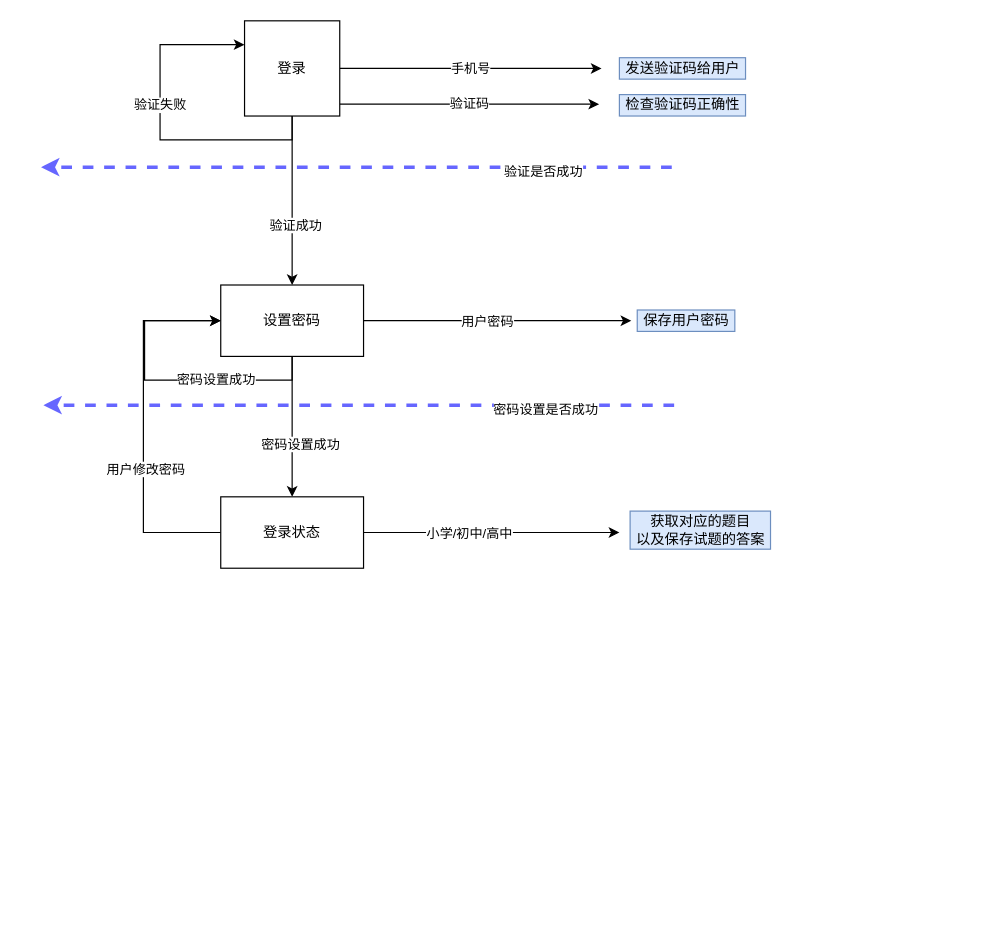
Before: 结对编程.drawio in bankarian/pics, a draw.io diagram. Source tidied: cells renumbered, new cells numbered last; positions are measured from the earlier drawing's top-left corner, leaving out a move shared by most shapes. Both pictures are drawn from the tidied source at 119%, with x=0, y=0 at pixel (40, 20).
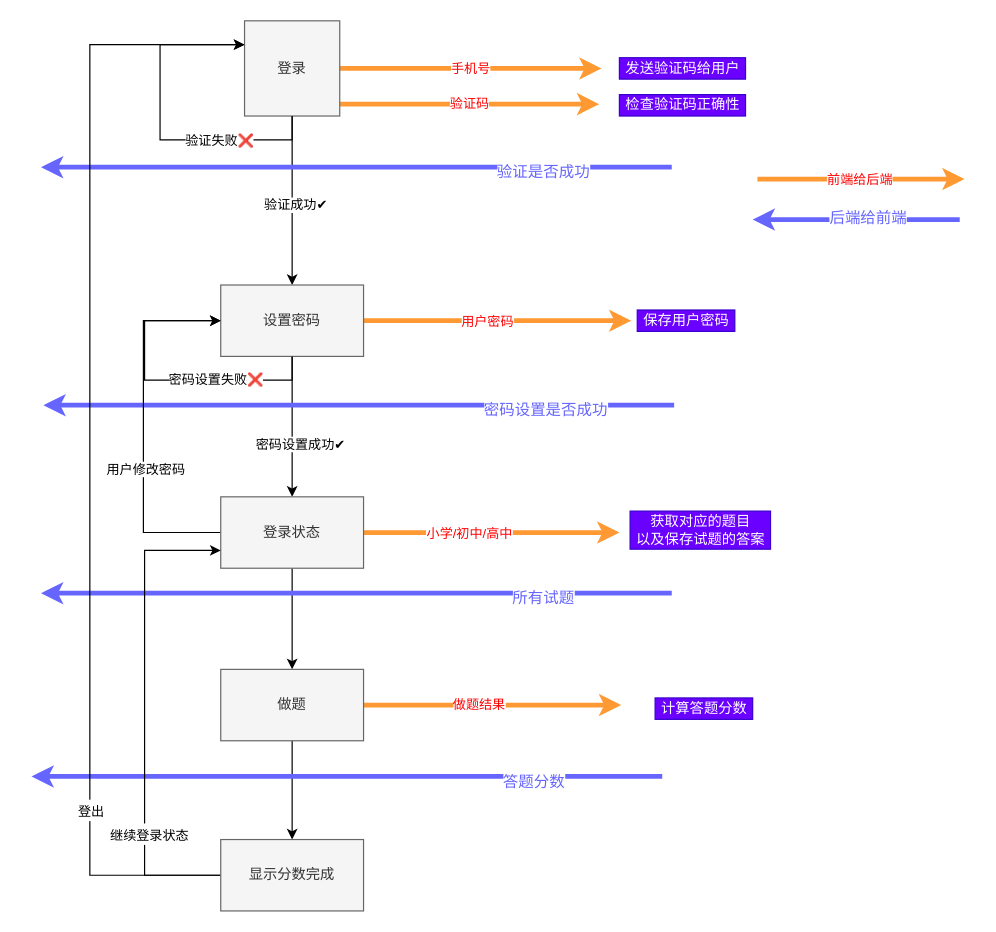
After the change.

Unchanged cells that the change refers to:
```xml
<mxCell id="2" style="edgeStyle=orthogonalEdgeStyle;rounded=0;jettySize=auto;html=1;entryX=0.5;entryY=0;entryDx=0;entryDy=0;" parent="1" edge="1" source="6" target="11">
  <mxGeometry relative="1" as="geometry" />
</mxCell>
<mxCell id="9" style="edgeStyle=orthogonalEdgeStyle;rounded=0;jettySize=auto;html=1;strokeColor=#000000;fillColor=#66B2FF;" parent="1" edge="1" source="11" target="26">
  <mxGeometry relative="1" as="geometry" />
</mxCell>
<mxCell id="16" style="edgeStyle=orthogonalEdgeStyle;rounded=0;orthogonalLoop=1;jettySize=auto;html=1;entryX=0;entryY=0.25;entryDx=0;entryDy=0;strokeColor=#000000;fillColor=#66B2FF;" parent="1" edge="1" source="6" target="6">
  <mxGeometry relative="1" as="geometry">
    <Array as="points">
      <mxPoint x="211" y="100" />
      <mxPoint x="100" y="100" />
      <mxPoint x="100" y="20" />
    </Array>
  </mxGeometry>
</mxCell>
<mxCell id="18" style="edgeStyle=orthogonalEdgeStyle;rounded=0;orthogonalLoop=1;jettySize=auto;html=1;entryX=0;entryY=0.5;entryDx=0;entryDy=0;strokeColor=#000000;fillColor=#66B2FF;" parent="1" edge="1" source="11" target="11">
  <mxGeometry relative="1" as="geometry">
    <Array as="points">
      <mxPoint x="211" y="302" />
      <mxPoint x="87" y="302" />
      <mxPoint x="87" y="252" />
    </Array>
  </mxGeometry>
</mxCell>
```

The edit, as a diff of the source:
```diff
@@
-    <mxCell id="3" value="验证成功" style="edgeLabel;html=1;align=center;verticalAlign=middle;" parent="2" vertex="1">
-      <mxGeometry x="0.28" y="2" relative="1" as="geometry" />
+    <mxCell id="3" value="验证成功✔" style="edgeLabel;html=1;align=center;verticalAlign=middle;" parent="2" vertex="1">
+      <mxGeometry x="0.28" y="2" relative="1" as="geometry">
+        <mxPoint y="-17" as="offset" />
+      </mxGeometry>
     </mxCell>
-    <mxCell id="4" value="手机号" style="edgeStyle=orthogonalEdgeStyle;rounded=0;jettySize=auto;html=1;" parent="1" edge="1" source="6">
+    <mxCell id="4" value="&lt;font color=&quot;#ff0000&quot;&gt;手机号&lt;/font&gt;" style="edgeStyle=orthogonalEdgeStyle;rounded=0;jettySize=auto;html=1;strokeWidth=4;strokeColor=#FF9933;" parent="1" edge="1" source="6">
       <mxGeometry relative="1" as="geometry">
         <mxPoint x="471" y="40" as="targetPoint" />
       </mxGeometry>
     </mxCell>
-    <mxCell id="5" value="验证码" style="edgeStyle=orthogonalEdgeStyle;rounded=0;jettySize=auto;html=1;" parent="1" edge="1" source="6">
+    <mxCell id="5" value="&lt;font color=&quot;#ff0000&quot;&gt;验证码&lt;/font&gt;" style="edgeStyle=orthogonalEdgeStyle;rounded=0;jettySize=auto;html=1;strokeWidth=4;strokeColor=#FF9933;" parent="1" edge="1" source="6">
       <mxGeometry relative="1" as="geometry">
         <mxPoint x="469" y="70" as="targetPoint" />
         <Array as="points">
           <mxPoint x="275" y="70" />
           <mxPoint x="275" y="70" />
         </Array>
       </mxGeometry>
     </mxCell>
-    <mxCell id="6" value="登录" style="whiteSpace=wrap;html=1;" parent="1" vertex="1">
+    <mxCell id="6" value="登录" style="whiteSpace=wrap;html=1;fillColor=#f5f5f5;strokeColor=#666666;fontColor=#333333;" parent="1" vertex="1">
       <mxGeometry x="171" width="80" height="80" as="geometry" />
     </mxCell>
-    <mxCell id="7" style="edgeStyle=orthogonalEdgeStyle;rounded=0;jettySize=auto;html=1;" parent="1" edge="1" source="11">
+    <mxCell id="7" style="edgeStyle=orthogonalEdgeStyle;rounded=0;jettySize=auto;html=1;strokeWidth=4;strokeColor=#FF9933;" parent="1" edge="1" source="11">
       <mxGeometry relative="1" as="geometry">
         <mxPoint x="496" y="252" as="targetPoint" />
       </mxGeometry>
     </mxCell>
-    <mxCell id="8" value="用户密码" style="edgeLabel;html=1;align=center;verticalAlign=middle;" parent="7" vertex="1">
+    <mxCell id="8" value="&lt;font color=&quot;#ff0000&quot;&gt;用户密码&lt;/font&gt;" style="edgeLabel;html=1;align=center;verticalAlign=middle;" parent="7" vertex="1">
       <mxGeometry x="-0.3" y="-1" relative="1" as="geometry">
         <mxPoint x="24" y="-1" as="offset" />
       </mxGeometry>
     </mxCell>
@@
-    <mxCell id="10" value="密码设置成功" style="edgeLabel;html=1;align=center;verticalAlign=middle;" parent="9" vertex="1">
+    <mxCell id="10" value="密码设置成功✔" style="edgeLabel;html=1;align=center;verticalAlign=middle;" parent="9" vertex="1">
       <mxGeometry x="0.24" y="6" relative="1" as="geometry" />
     </mxCell>
-    <mxCell id="11" value="设置密码" style="whiteSpace=wrap;html=1;" parent="1" vertex="1">
+    <mxCell id="11" value="设置密码" style="whiteSpace=wrap;html=1;fillColor=#f5f5f5;strokeColor=#666666;fontColor=#333333;" parent="1" vertex="1">
       <mxGeometry x="151" y="222" width="120" height="60" as="geometry" />
     </mxCell>
-    <mxCell id="12" value="发送验证码给用户" style="text;html=1;align=center;verticalAlign=middle;fillColor=#dae8fc;strokeColor=#6c8ebf;" parent="1" vertex="1">
+    <mxCell id="12" value="发送验证码给用户" style="text;html=1;align=center;verticalAlign=middle;fillColor=#6a00ff;strokeColor=#3700CC;fontColor=#ffffff;" parent="1" vertex="1">
       <mxGeometry x="486" y="31" width="106" height="18" as="geometry" />
     </mxCell>
-    <mxCell id="13" value="检查验证码正确性" style="text;html=1;align=center;verticalAlign=middle;fillColor=#dae8fc;strokeColor=#6c8ebf;" parent="1" vertex="1">
+    <mxCell id="13" value="检查验证码正确性" style="text;html=1;align=center;verticalAlign=middle;fillColor=#6a00ff;strokeColor=#3700CC;fontColor=#ffffff;" parent="1" vertex="1">
       <mxGeometry x="486" y="62" width="106" height="18" as="geometry" />
     </mxCell>
-    <mxCell id="14" style="endArrow=classic;html=1;fillColor=#66B2FF;strokeColor=#6666FF;dashed=1;strokeWidth=3;" parent="1" edge="1">
+    <mxCell id="14" style="endArrow=classic;html=1;fillColor=#66B2FF;strokeColor=#6666FF;strokeWidth=4;" parent="1" edge="1">
       <mxGeometry relative="1" as="geometry">
         <mxPoint x="530" y="123" as="sourcePoint" />
         <mxPoint y="123" as="targetPoint" />
       </mxGeometry>
     </mxCell>
-    <mxCell id="15" value="验证是否成功" style="edgeLabel;html=1;align=center;verticalAlign=middle;" parent="14" vertex="1">
+    <mxCell id="15" value="&lt;font style=&quot;font-size: 13px&quot; color=&quot;#6666ff&quot;&gt;验证是否成功&lt;/font&gt;" style="edgeLabel;html=1;align=center;verticalAlign=middle;" parent="14" vertex="1">
       <mxGeometry x="-0.59" y="3" relative="1" as="geometry" />
     </mxCell>
@@
-    <mxCell id="17" value="验证失败" style="edgeLabel;html=1;align=center;verticalAlign=middle;" parent="16" vertex="1">
-      <mxGeometry x="0.14" y="1" relative="1" as="geometry" />
+    <mxCell id="17" value="验证失败❌" style="edgeLabel;html=1;align=center;verticalAlign=middle;" parent="16" vertex="1">
+      <mxGeometry x="0.14" y="1" relative="1" as="geometry">
+        <mxPoint x="50" y="30" as="offset" />
+      </mxGeometry>
     </mxCell>
@@
-    <mxCell id="19" value="密码设置成功" style="edgeLabel;html=1;align=center;verticalAlign=middle;" parent="18" vertex="1">
+    <mxCell id="19" value="密码设置失败❌" style="edgeLabel;html=1;align=center;verticalAlign=middle;" parent="18" vertex="1">
       <mxGeometry x="0.13" y="3" relative="1" as="geometry">
         <mxPoint x="62" y="1" as="offset" />
       </mxGeometry>
     </mxCell>
-    <mxCell id="20" style="endArrow=classic;html=1;fillColor=#66B2FF;strokeColor=#6666FF;dashed=1;strokeWidth=3;" parent="1" edge="1">
+    <mxCell id="20" style="endArrow=classic;html=1;fillColor=#66B2FF;strokeColor=#6666FF;strokeWidth=4;" parent="1" edge="1">
       <mxGeometry relative="1" as="geometry">
         <mxPoint x="532" y="323" as="sourcePoint" />
         <mxPoint x="2" y="323" as="targetPoint" />
       </mxGeometry>
     </mxCell>
-    <mxCell id="21" value="密码设置是否成功" style="edgeLabel;html=1;align=center;verticalAlign=middle;" parent="20" vertex="1">
+    <mxCell id="21" value="&lt;font style=&quot;font-size: 13px&quot; color=&quot;#6666ff&quot;&gt;密码设置是否成功&lt;/font&gt;" style="edgeLabel;html=1;align=center;verticalAlign=middle;" parent="20" vertex="1">
       <mxGeometry x="-0.59" y="3" relative="1" as="geometry" />
     </mxCell>
@@
-    <mxCell id="24" style="edgeStyle=orthogonalEdgeStyle;rounded=0;jettySize=auto;html=1;strokeColor=#000000;strokeWidth=1;fillColor=#66B2FF;" parent="1" edge="1" source="26">
+    <mxCell id="24" style="edgeStyle=orthogonalEdgeStyle;rounded=0;jettySize=auto;html=1;strokeColor=#FF9933;strokeWidth=4;fillColor=#66B2FF;" parent="1" edge="1" source="26">
       <mxGeometry relative="1" as="geometry">
         <mxPoint x="486" y="430" as="targetPoint" />
       </mxGeometry>
     </mxCell>
-    <mxCell id="25" value="小学/初中/高中" style="edgeLabel;html=1;align=center;verticalAlign=middle;" parent="24" vertex="1">
+    <mxCell id="25" value="&lt;font color=&quot;#ff0000&quot;&gt;小学/初中/高中&lt;/font&gt;" style="edgeLabel;html=1;align=center;verticalAlign=middle;" parent="24" vertex="1">
       <mxGeometry x="-0.18" y="1" relative="1" as="geometry">
         <mxPoint y="1" as="offset" />
       </mxGeometry>
     </mxCell>
+    <mxCell id="29" style="edgeStyle=orthogonalEdgeStyle;rounded=0;jettySize=auto;html=1;fontSize=15;" parent="1" edge="1" source="26" target="35">
+      <mxGeometry relative="1" as="geometry" />
+    </mxCell>
-    <mxCell id="26" value="登录状态" style="whiteSpace=wrap;html=1;" parent="1" vertex="1">
+    <mxCell id="26" value="登录状态" style="whiteSpace=wrap;html=1;fillColor=#f5f5f5;strokeColor=#666666;fontColor=#333333;" parent="1" vertex="1">
       <mxGeometry x="151" y="400" width="120" height="60" as="geometry" />
     </mxCell>
-    <mxCell id="27" value="保存用户密码" style="text;html=1;align=center;verticalAlign=middle;fillColor=#dae8fc;strokeColor=#6c8ebf;" parent="1" vertex="1">
+    <mxCell id="27" value="保存用户密码" style="text;html=1;align=center;verticalAlign=middle;fillColor=#6a00ff;strokeColor=#3700CC;fontColor=#ffffff;" parent="1" vertex="1">
       <mxGeometry x="501" y="243" width="82" height="18" as="geometry" />
     </mxCell>
-    <mxCell id="28" value="获取对应的题目&lt;br&gt;以及保存试题的答案" style="text;html=1;align=center;verticalAlign=middle;fillColor=#dae8fc;strokeColor=#6c8ebf;" parent="1" vertex="1">
+    <mxCell id="28" value="获取对应的题目&lt;br&gt;以及保存试题的答案" style="text;html=1;align=center;verticalAlign=middle;fillColor=#6a00ff;strokeColor=#3700CC;fontColor=#ffffff;" parent="1" vertex="1">
       <mxGeometry x="495" y="412" width="118" height="32" as="geometry" />
     </mxCell>
+    <mxCell id="30" style="endArrow=classic;html=1;fillColor=#66B2FF;strokeColor=#6666FF;strokeWidth=4;fontSize=15;" parent="1" edge="1">
+      <mxGeometry relative="1" as="geometry">
+        <mxPoint x="530" y="481" as="sourcePoint" />
+        <mxPoint y="481" as="targetPoint" />
+      </mxGeometry>
+    </mxCell>
+    <mxCell id="31" value="&lt;font style=&quot;font-size: 13px&quot; color=&quot;#6666ff&quot;&gt;所有试题&lt;/font&gt;" style="edgeLabel;html=1;align=center;verticalAlign=middle;" parent="30" vertex="1">
+      <mxGeometry x="-0.59" y="3" relative="1" as="geometry" />
+    </mxCell>
+    <mxCell id="32" style="edgeStyle=orthogonalEdgeStyle;rounded=0;jettySize=auto;html=1;fontSize=15;strokeWidth=4;strokeColor=#FF9933;" parent="1" edge="1" source="35">
+      <mxGeometry relative="1" as="geometry">
+        <mxPoint x="487.5" y="575" as="targetPoint" />
+      </mxGeometry>
+    </mxCell>
+    <mxCell id="33" value="&lt;font style=&quot;font-size: 11px&quot; color=&quot;#ff0000&quot;&gt;做题结果&lt;/font&gt;" style="edgeLabel;html=1;align=center;verticalAlign=middle;fontSize=15;" parent="32" vertex="1">
+      <mxGeometry x="-0.11" y="-3" relative="1" as="geometry">
+        <mxPoint x="-1" y="-6" as="offset" />
+      </mxGeometry>
+    </mxCell>
+    <mxCell id="34" style="edgeStyle=orthogonalEdgeStyle;rounded=0;jettySize=auto;html=1;fontSize=15;entryX=0.5;entryY=0;entryDx=0;entryDy=0;" parent="1" edge="1" source="35" target="43">
+      <mxGeometry relative="1" as="geometry" />
+    </mxCell>
+    <mxCell id="35" value="做题" style="whiteSpace=wrap;html=1;fillColor=#f5f5f5;strokeColor=#666666;fontColor=#333333;" parent="1" vertex="1">
+      <mxGeometry x="151" y="545" width="120" height="60" as="geometry" />
+    </mxCell>
+    <mxCell id="36" value="计算答题分数" style="text;html=1;align=center;verticalAlign=middle;fillColor=#6a00ff;strokeColor=#3700CC;fontColor=#ffffff;" parent="1" vertex="1">
+      <mxGeometry x="516" y="569" width="82" height="18" as="geometry" />
+    </mxCell>
+    <mxCell id="37" style="endArrow=classic;html=1;fillColor=#66B2FF;strokeColor=#6666FF;strokeWidth=4;fontSize=15;" parent="1" edge="1">
+      <mxGeometry relative="1" as="geometry">
+        <mxPoint x="522" y="635" as="sourcePoint" />
+        <mxPoint x="-8" y="635" as="targetPoint" />
+      </mxGeometry>
+    </mxCell>
+    <mxCell id="38" value="&lt;font style=&quot;font-size: 13px&quot; color=&quot;#6666ff&quot;&gt;答题分数&lt;/font&gt;" style="edgeLabel;html=1;align=center;verticalAlign=middle;" parent="37" vertex="1">
+      <mxGeometry x="-0.59" y="3" relative="1" as="geometry" />
+    </mxCell>
+    <mxCell id="39" style="edgeStyle=orthogonalEdgeStyle;rounded=0;jettySize=auto;html=1;entryX=0;entryY=0.75;entryDx=0;entryDy=0;fontSize=15;" parent="1" edge="1" source="43" target="26">
+      <mxGeometry relative="1" as="geometry">
+        <Array as="points">
+          <mxPoint x="87" y="718" />
+          <mxPoint x="87" y="445" />
+        </Array>
+      </mxGeometry>
+    </mxCell>
+    <mxCell id="40" value="&lt;font style=&quot;font-size: 11px&quot;&gt;继续登录状态&lt;/font&gt;" style="edgeLabel;html=1;align=center;verticalAlign=middle;fontSize=15;" parent="39" vertex="1">
+      <mxGeometry x="-0.18" y="-5" relative="1" as="geometry">
+        <mxPoint x="-2" y="64.3" as="offset" />
+      </mxGeometry>
+    </mxCell>
+    <mxCell id="41" style="edgeStyle=orthogonalEdgeStyle;rounded=0;jettySize=auto;html=1;fontSize=15;entryX=0;entryY=0.25;entryDx=0;entryDy=0;" parent="1" edge="1" source="43" target="6">
+      <mxGeometry relative="1" as="geometry">
+        <Array as="points">
+          <mxPoint x="41" y="718" />
+          <mxPoint x="41" y="20" />
+        </Array>
+      </mxGeometry>
+    </mxCell>
+    <mxCell id="42" value="&lt;font style=&quot;font-size: 11px&quot;&gt;登出&lt;/font&gt;" style="edgeLabel;html=1;align=center;verticalAlign=middle;fontSize=15;" parent="41" vertex="1">
+      <mxGeometry x="-0.44" y="-2" relative="1" as="geometry">
+        <mxPoint x="-2" y="97" as="offset" />
+      </mxGeometry>
+    </mxCell>
+    <mxCell id="43" value="显示分数完成" style="whiteSpace=wrap;html=1;fillColor=#f5f5f5;strokeColor=#666666;fontColor=#333333;" parent="1" vertex="1">
+      <mxGeometry x="151" y="688" width="120" height="60" as="geometry" />
+    </mxCell>
+    <mxCell id="44" style="edgeStyle=orthogonalEdgeStyle;rounded=0;orthogonalLoop=1;jettySize=auto;html=1;strokeWidth=4;strokeColor=#FF9933;" parent="1" edge="1">
+      <mxGeometry relative="1" as="geometry">
+        <mxPoint x="602" y="133" as="sourcePoint" />
+        <mxPoint x="776" y="133" as="targetPoint" />
+      </mxGeometry>
+    </mxCell>
+    <mxCell id="45" value="&lt;font color=&quot;#ff0000&quot;&gt;前端给后端&lt;/font&gt;" style="edgeLabel;html=1;align=center;verticalAlign=middle;" parent="44" vertex="1">
+      <mxGeometry x="-0.3" y="-1" relative="1" as="geometry">
+        <mxPoint x="24" y="-1" as="offset" />
+      </mxGeometry>
+    </mxCell>
+    <mxCell id="46" style="endArrow=classic;html=1;fillColor=#66B2FF;strokeColor=#6666FF;strokeWidth=4;fontSize=15;" parent="1" edge="1">
+      <mxGeometry relative="1" as="geometry">
+        <mxPoint x="772" y="167" as="sourcePoint" />
+        <mxPoint x="598" y="167" as="targetPoint" />
+      </mxGeometry>
+    </mxCell>
+    <mxCell id="47" value="&lt;font style=&quot;font-size: 13px&quot; color=&quot;#6666ff&quot;&gt;后端给前端&lt;/font&gt;" style="edgeLabel;html=1;align=center;verticalAlign=middle;" parent="46" vertex="1">
+      <mxGeometry x="-0.59" y="3" relative="1" as="geometry">
+        <mxPoint x="-42" y="-6" as="offset" />
+      </mxGeometry>
+    </mxCell>
```
